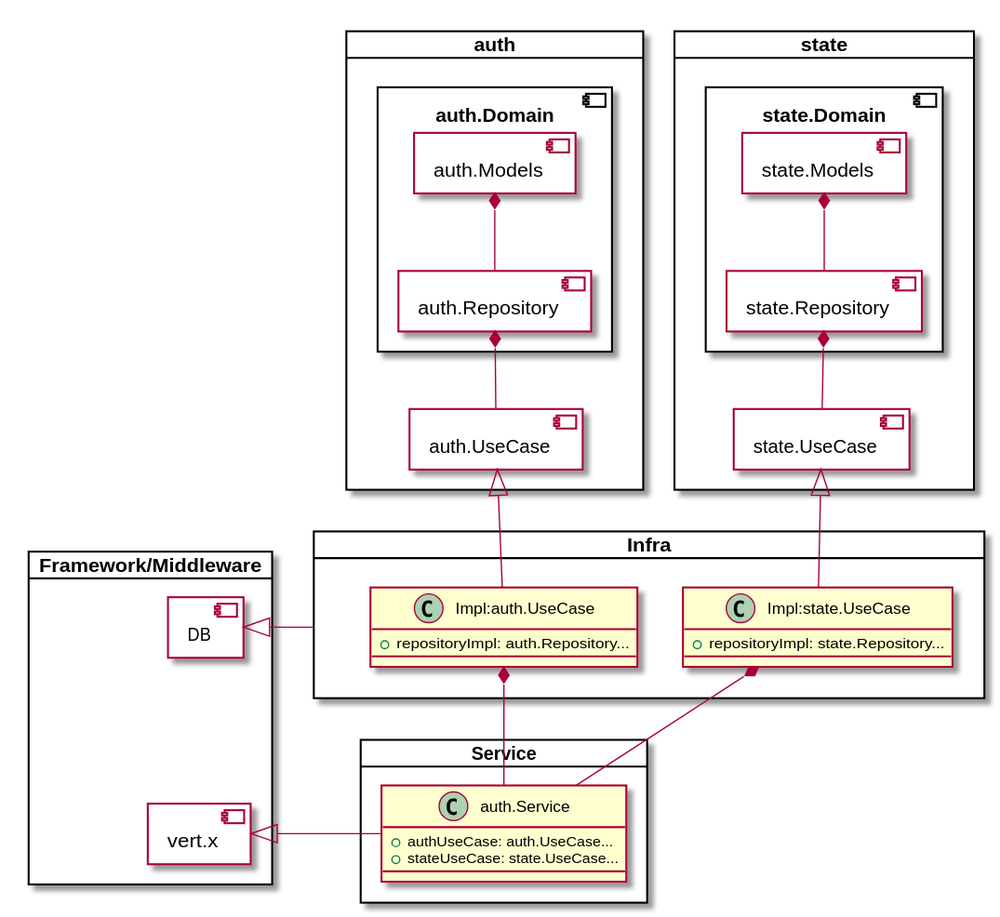
Above: docs/generated/arch.svg in aya-eiya/gradle-vertx-sample (PlantUML), before the change. Its source is kept beside it as docs/uml/part/arch.puml. Source of this version:
```plantuml
@startuml
skinparam linetype polyline

card Framework/Middleware as fw {
  component "vert.x" as fw.vertx {
  }

  component "DB" as fw.db {
  }
  fw.db -[hidden]- fw.vertx
}

card "auth" as auth {
  component "auth.Domain" as auth.Domain {
    component "auth.Models" as auth.Domain.Models{
    }
    component "auth.Repository" as auth.Domain.Repository {
    }
    auth.Domain.Models *-u- auth.Domain.Repository
  }

  component "auth.UseCase" as auth.UseCase {
  }

  auth.Domain.Repository *-- auth.UseCase
}

card "state" as state {
  component "state.Domain" as state.Domain {
    component "state.Models" as state.Domain.Models{
    }
    component "state.Repository" as state.Domain.Repository {
    }
    state.Domain.Models *-u- state.Domain.Repository
  }

  component "state.UseCase" as state.UseCase {
  }

  state.Domain.Repository *-- state.UseCase
}

card "Infra" as Infra {
  class "Impl:auth.UseCase" as Infra.authUseCase {
    +repositoryImpl: auth.Repository...
  }

  class "Impl:state.UseCase" as Infra.stateUseCase {
    +repositoryImpl: state.Repository...
  }
  auth.UseCase <|-- Infra.authUseCase
  state.UseCase <|-- Infra.stateUseCase
}
fw.db <|-left- Infra

card "Service" as Service {
  class "auth.Service" as Service.auth {
    +authUseCase: auth.UseCase...
    +stateUseCase: state.UseCase...
  }
}
Infra.authUseCase *-- Service.auth
Infra.stateUseCase *-- Service.auth
Service.auth -left-|> fw.vertx

@enduml
```
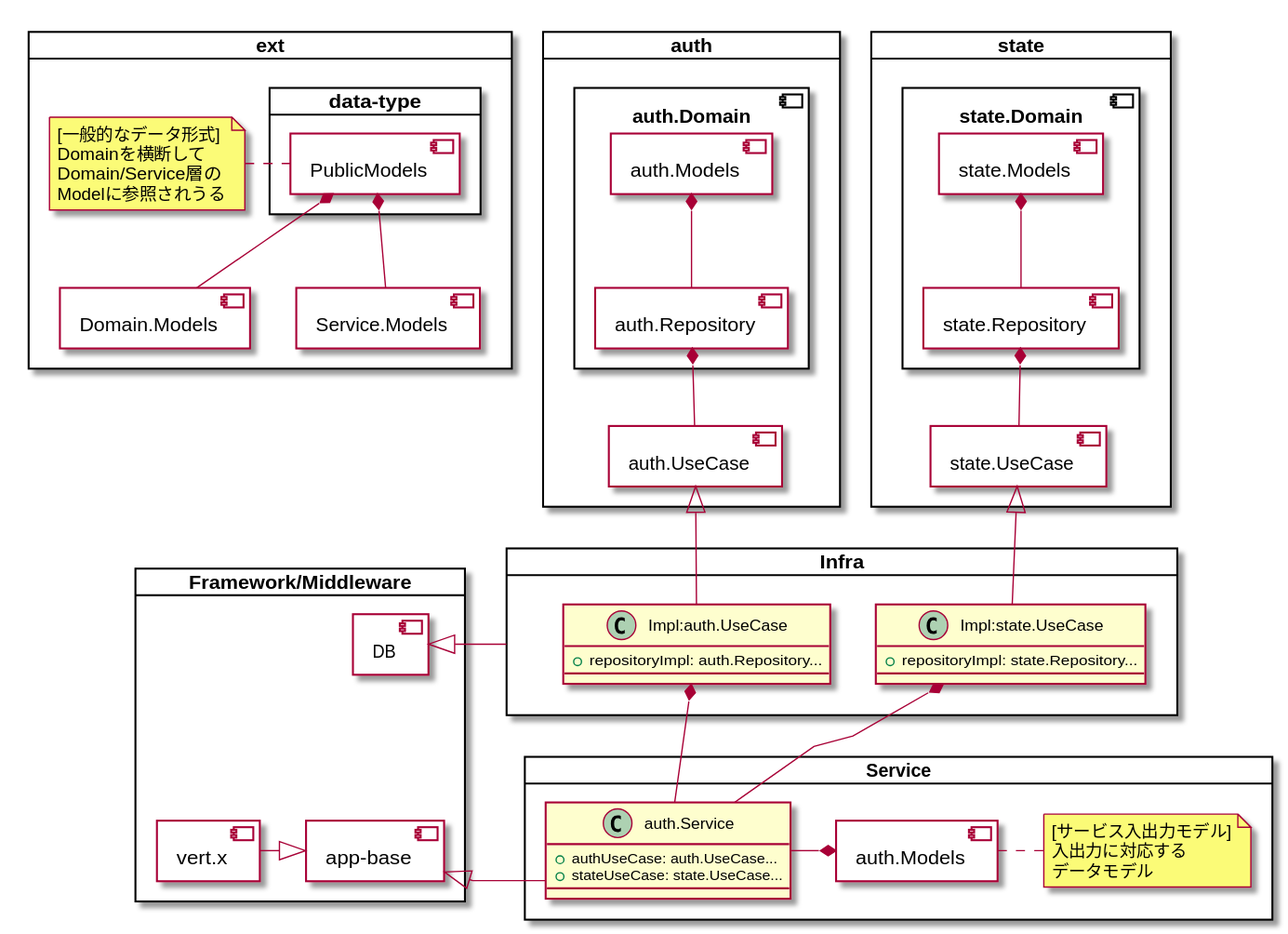
Above is the later version.

Diff of the diagram source:
```diff
@@ -5,9 +5,28 @@
   component "vert.x" as fw.vertx {
   }
 
+  component "app-base" as fw.appBase {
+  }
+
   component "DB" as fw.db {
   }
-  fw.db -[hidden]- fw.vertx
+
+  fw.db -[hidden]- fw.appBase
+  fw.vertx -left-|> fw.appBase
+}
+
+card "ext" {
+   card "data-type" as pub {
+     component "PublicModels" as pub.models {
+     }
+   }
+   note left of pub.models : [一般的なデータ形式]\nDomainを横断して\nDomain/Service層の\nModelに参照されうる
+   component "Domain.Models" as domain.Models {
+   }
+   component "Service.Models" as service.Models {
+   }
+   pub.models *-up- domain.Models
+   pub.models *-up- service.Models
 }
 
 card "auth" as auth {
@@ -58,9 +77,12 @@
     +authUseCase: auth.UseCase...
     +stateUseCase: state.UseCase...
   }
+  component "auth.Models" as Service.authModels {
+  }
+  note right of Service.authModels:[サービス入出力モデル]\n入出力に対応する\nデータモデル
 }
 Infra.authUseCase *-- Service.auth
 Infra.stateUseCase *-- Service.auth
-Service.auth -left-|> fw.vertx
-
+Service.auth -left-|> fw.appBase
+Service.auth -left-* Service.authModels
 @enduml
```
